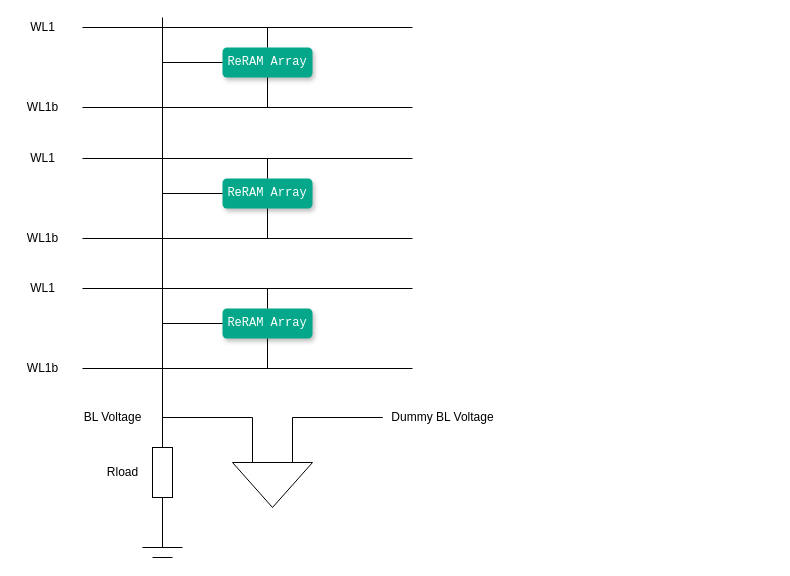
Above: page "Page-13" (2 of 13) of Untitled Diagram.drawio in xunsongzhu/lbs-testcase (draw.io), before the change. Source tidied: cells renumbered, new cells numbered last; positions are measured from the earlier drawing's top-left corner, leaving out a move shared by most shapes. Both pictures are drawn from the tidied source at 100%, with x=0, y=0 at pixel (17, 17).
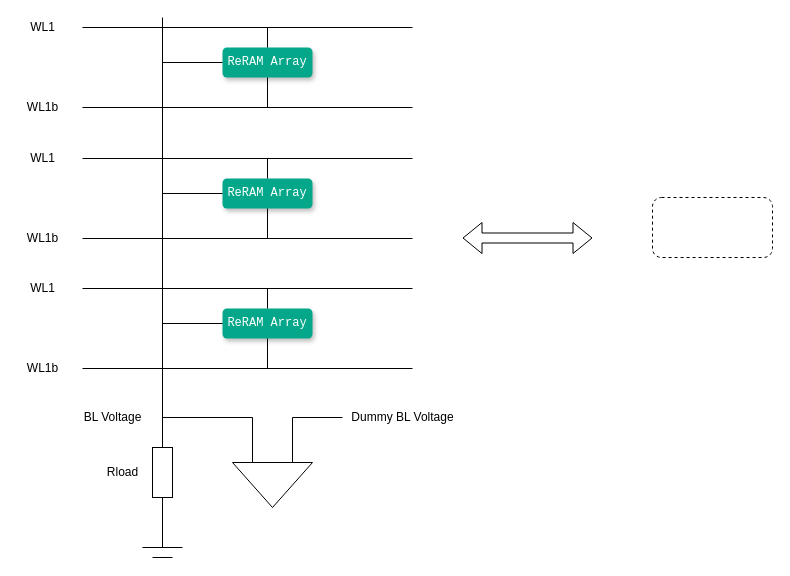
The same diagram, later.

Unchanged cells that the change refers to:
```xml
<mxCell id="34" style="triangle;whiteSpace=wrap;html=1;fontColor=none;direction=south;" parent="1" vertex="1">
  <mxGeometry x="215" y="445" width="80" height="45" as="geometry" />
</mxCell>
```

What changed in the source:
```diff
@@
     <mxCell id="35" style="endArrow=none;html=1;rounded=0;startArrow=none;exitX=0;exitY=0.25;exitDx=0;exitDy=0;" parent="1" edge="1" source="34">
       <mxGeometry relative="1" as="geometry">
         <mxPoint x="325" y="400" as="targetPoint" />
         <Array as="points">
           <mxPoint x="275" y="400" />
-          <mxPoint x="365" y="400" />
         </Array>
       </mxGeometry>
     </mxCell>
     <mxCell id="36" value="Dummy BL Voltage" style="text;html=1;align=center;verticalAlign=middle;fillColor=none;strokeColor=none;rounded=0;" parent="1" vertex="1">
-      <mxGeometry x="365" y="390" width="120" height="20" as="geometry" />
+      <mxGeometry x="325" y="390" width="120" height="20" as="geometry" />
     </mxCell>
+    <mxCell id="37" style="shape=flexArrow;endArrow=classic;startArrow=classic;html=1;rounded=0;fontColor=none;" parent="1" edge="1">
+      <mxGeometry relative="1" as="geometry">
+        <mxPoint x="445" y="220.5" as="sourcePoint" />
+        <mxPoint x="575" y="220.5" as="targetPoint" />
+      </mxGeometry>
+    </mxCell>
+    <mxCell id="38" style="rounded=1;whiteSpace=wrap;html=1;fontColor=none;dashed=1;" parent="1" vertex="1">
+      <mxGeometry x="635" y="180" width="120" height="60" as="geometry" />
+    </mxCell>
```
